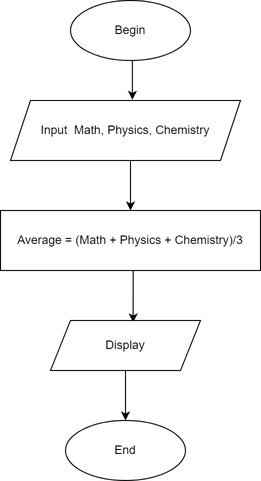
nguyendung2211/C1121G1-Nguy-n-D-ng keeps this draw.io diagram as ss3_mo_ta_thuc_toan_bang-pseudo_code_&_flowchart/bai tap/thuat_toan_tinh_diem_trung_binh.png. Above is the earlier version. Source tidied: cells renumbered, new cells last; positions are measured from the earlier drawing's top-left corner, leaving out a move shared by most shapes.
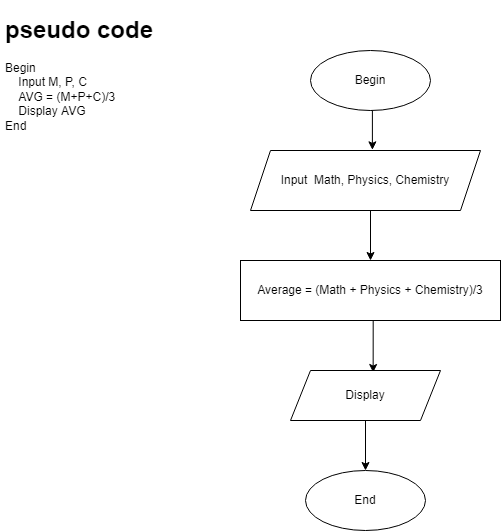
Above is the later version.

Commit message:
bai tap

The edit, as a diff of the source:
```diff
@@ -37,5 +37,8 @@
     <mxCell id="10" value="End" style="ellipse;whiteSpace=wrap;html=1;" parent="1" vertex="1">
       <mxGeometry x="65" y="420" width="120" height="60" as="geometry" />
     </mxCell>
+    <mxCell id="11" value="&lt;h1&gt;pseudo code&lt;/h1&gt;&lt;div&gt;Begin&lt;/div&gt;&lt;div&gt;&amp;nbsp; &amp;nbsp; Input M, P, C&lt;/div&gt;&lt;div&gt;&amp;nbsp; &amp;nbsp; AVG = (M+P+C)/3&lt;/div&gt;&lt;div&gt;&amp;nbsp; &amp;nbsp; Display AVG&lt;/div&gt;&lt;div&gt;End&lt;/div&gt;" style="text;html=1;strokeColor=none;fillColor=none;spacing=5;spacingTop=-20;whiteSpace=wrap;overflow=hidden;rounded=0;" parent="1" vertex="1">
+      <mxGeometry x="-240" y="-40" width="200" height="280" as="geometry" />
+    </mxCell>
   </root>
 </mxGraphModel>
```
